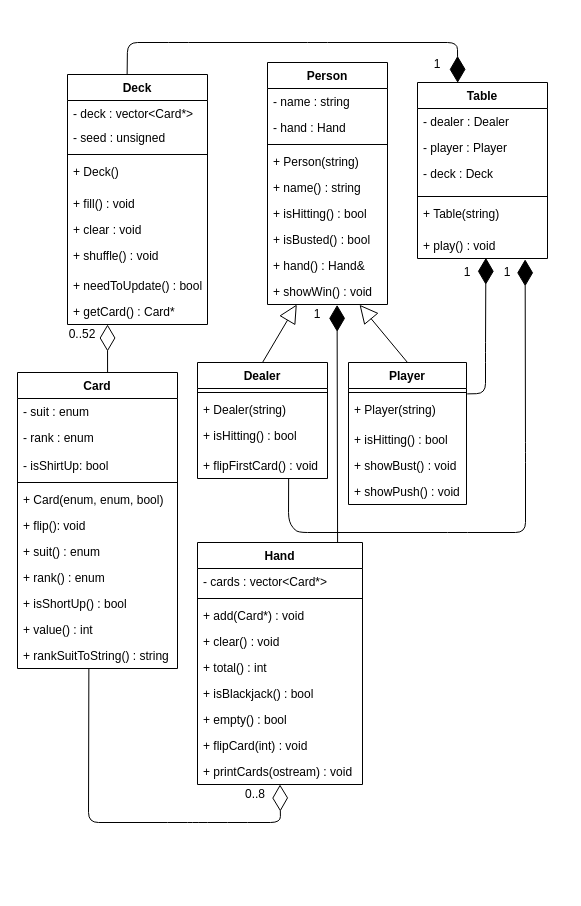
Above: docs/black_jack.drawio in oasiskharkov/Blackjack (draw.io), before the change. Source tidied: cells renumbered, new cells numbered last; positions are measured from the earlier drawing's top-left corner, leaving out a move shared by most shapes. Both pictures are drawn from the tidied source at 100%, with x=0, y=0 at pixel (17, 42).
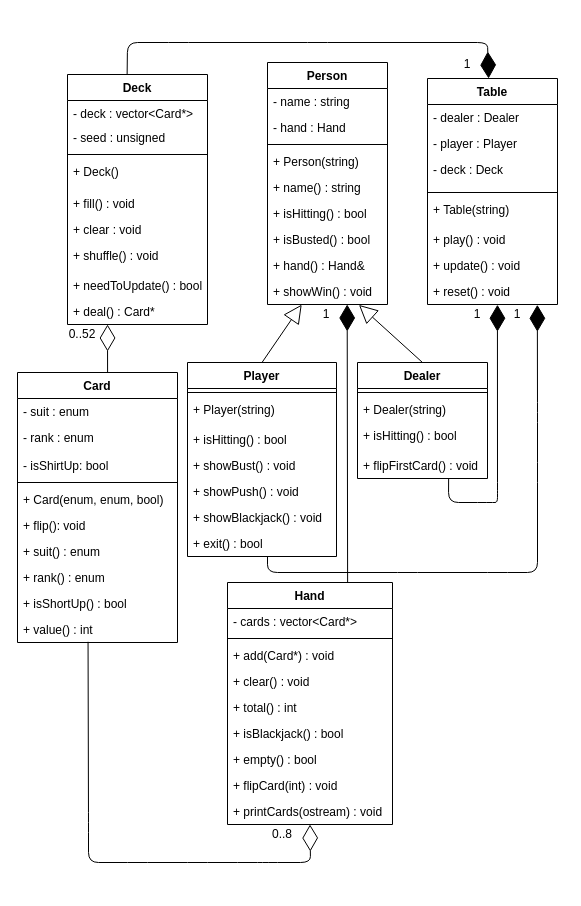
After the change.

The change refers to these unchanged cells:
```xml
<mxCell id="12" value="+ value() : int&#10;" style="text;strokeColor=none;fillColor=none;align=left;verticalAlign=top;spacingLeft=4;spacingRight=4;overflow=hidden;points=[[0,0.5],[1,0.5]];portConstraint=eastwest;" parent="2" vertex="1">
  <mxGeometry y="244" width="160" height="26" as="geometry" />
</mxCell>
<mxCell id="14" value="Deck" style="swimlane;fontStyle=1;align=center;verticalAlign=top;horizontal=1;startSize=26;comic=0;" parent="1" vertex="1">
  <mxGeometry x="50" y="32" width="140" height="250" as="geometry" />
</mxCell>
<mxCell id="33" value="+ showWin() : void" style="text;strokeColor=none;fillColor=none;align=left;verticalAlign=top;spacingLeft=4;spacingRight=4;overflow=hidden;points=[[0,0.5],[1,0.5]];portConstraint=eastwest;" parent="24" vertex="1">
  <mxGeometry y="216" width="120" height="26" as="geometry" />
</mxCell>
<mxCell id="38" value="+ flipFirstCard() : void" style="text;strokeColor=none;fillColor=none;align=left;verticalAlign=top;spacingLeft=4;spacingRight=4;overflow=hidden;points=[[0,0.5],[1,0.5]];portConstraint=eastwest;" parent="34" vertex="1">
  <mxGeometry y="90" width="130" height="26" as="geometry" />
</mxCell>
```

Change to the diagram source:
```diff
@@
     <mxCell id="2" value="Card" style="swimlane;fontStyle=1;align=center;verticalAlign=top;horizontal=1;startSize=26;" parent="1" vertex="1">
-      <mxGeometry y="330" width="160" height="296" as="geometry" />
+      <mxGeometry y="330" width="160" height="270" as="geometry" />
     </mxCell>
@@
-    <mxCell id="13" value="+ rankSuitToString() : string" style="text;strokeColor=none;fillColor=none;align=left;verticalAlign=top;spacingLeft=4;spacingRight=4;overflow=hidden;points=[[0,0.5],[1,0.5]];portConstraint=eastwest;" parent="2" vertex="1">
-      <mxGeometry y="270" width="160" height="26" as="geometry" />
-    </mxCell>
@@
-    <mxCell id="23" value="+ getCard() : Card*" style="text;strokeColor=none;fillColor=none;align=left;verticalAlign=top;spacingLeft=4;spacingRight=4;overflow=hidden;points=[[0,0.5],[1,0.5]];portConstraint=eastwest;" parent="14" vertex="1">
+    <mxCell id="23" value="+ deal() : Card*" style="text;strokeColor=none;fillColor=none;align=left;verticalAlign=top;spacingLeft=4;spacingRight=4;overflow=hidden;points=[[0,0.5],[1,0.5]];portConstraint=eastwest;" parent="14" vertex="1">
       <mxGeometry y="224" width="140" height="26" as="geometry" />
     </mxCell>
@@
     <mxCell id="34" value="Dealer" style="swimlane;fontStyle=1;align=center;verticalAlign=top;horizontal=1;startSize=26;comic=0;" parent="1" vertex="1">
-      <mxGeometry x="180" y="320" width="130" height="116" as="geometry" />
+      <mxGeometry x="340" y="320" width="130" height="116" as="geometry" />
     </mxCell>
@@
     <mxCell id="39" value="Player" style="swimlane;fontStyle=1;align=center;verticalAlign=top;horizontal=1;startSize=26;comic=0;" parent="1" vertex="1">
-      <mxGeometry x="331" y="320" width="118" height="142" as="geometry" />
+      <mxGeometry x="170" y="320" width="149" height="194" as="geometry" />
     </mxCell>
     <mxCell id="40" style="line;strokeWidth=1;fillColor=none;align=left;verticalAlign=middle;spacingTop=-1;spacingLeft=3;spacingRight=3;labelPosition=right;" parent="39" vertex="1">
-      <mxGeometry y="26" width="118" height="8" as="geometry" />
+      <mxGeometry y="26" width="149" height="8" as="geometry" />
     </mxCell>
     <mxCell id="41" value="+ Player(string)" style="text;strokeColor=none;fillColor=none;align=left;verticalAlign=top;spacingLeft=4;spacingRight=4;overflow=hidden;" parent="39" vertex="1">
-      <mxGeometry y="34" width="118" height="30" as="geometry" />
+      <mxGeometry y="34" width="149" height="30" as="geometry" />
     </mxCell>
     <mxCell id="42" value="+ isHitting() : bool" style="text;strokeColor=none;fillColor=none;align=left;verticalAlign=top;spacingLeft=4;spacingRight=4;overflow=hidden;comic=0;" parent="39" vertex="1">
-      <mxGeometry y="64" width="118" height="26" as="geometry" />
+      <mxGeometry y="64" width="149" height="26" as="geometry" />
     </mxCell>
     <mxCell id="43" value="+ showBust() : void" style="text;strokeColor=none;fillColor=none;align=left;verticalAlign=top;spacingLeft=4;spacingRight=4;overflow=hidden;" parent="39" vertex="1">
-      <mxGeometry y="90" width="118" height="26" as="geometry" />
+      <mxGeometry y="90" width="149" height="26" as="geometry" />
     </mxCell>
     <mxCell id="44" value="+ showPush() : void" style="text;strokeColor=none;fillColor=none;align=left;verticalAlign=top;spacingLeft=4;spacingRight=4;overflow=hidden;" parent="39" vertex="1">
-      <mxGeometry y="116" width="118" height="26" as="geometry" />
+      <mxGeometry y="116" width="149" height="26" as="geometry" />
     </mxCell>
+    <mxCell id="76" value="+ showBlackjack() : void" style="text;strokeColor=none;fillColor=none;align=left;verticalAlign=top;spacingLeft=4;spacingRight=4;overflow=hidden;" parent="39" vertex="1">
+      <mxGeometry y="142" width="149" height="26" as="geometry" />
+    </mxCell>
+    <mxCell id="77" value="+ exit() : bool" style="text;strokeColor=none;fillColor=none;align=left;verticalAlign=top;spacingLeft=4;spacingRight=4;overflow=hidden;points=[[0,0.5],[1,0.5]];portConstraint=eastwest;" parent="39" vertex="1">
+      <mxGeometry y="168" width="149" height="26" as="geometry" />
+    </mxCell>
-    <mxCell id="45" style="endArrow=block;endSize=16;endFill=0;html=1;exitX=0.5;exitY=0;exitDx=0;exitDy=0;entryX=0.244;entryY=1;entryDx=0;entryDy=0;entryPerimeter=0;" parent="1" edge="1" source="34" target="33">
+    <mxCell id="45" style="endArrow=block;endSize=16;endFill=0;html=1;exitX=0.5;exitY=0;exitDx=0;exitDy=0;entryX=0.762;entryY=1.015;entryDx=0;entryDy=0;entryPerimeter=0;" parent="1" edge="1" source="34" target="33">
       <mxGeometry relative="1" as="geometry" />
     </mxCell>
-    <mxCell id="46" style="endArrow=block;endSize=16;endFill=0;html=1;entryX=0.767;entryY=1.01;entryDx=0;entryDy=0;entryPerimeter=0;exitX=0.5;exitY=0;exitDx=0;exitDy=0;" parent="1" edge="1" source="39" target="33">
+    <mxCell id="46" style="endArrow=block;endSize=16;endFill=0;html=1;entryX=0.285;entryY=1.004;entryDx=0;entryDy=0;entryPerimeter=0;exitX=0.5;exitY=0;exitDx=0;exitDy=0;" parent="1" edge="1" source="39" target="33">
       <mxGeometry relative="1" as="geometry" />
     </mxCell>
     <mxCell id="47" value="Table" style="swimlane;fontStyle=1;align=center;verticalAlign=top;horizontal=1;startSize=26;comic=0;" parent="1" vertex="1">
-      <mxGeometry x="400" y="40" width="130" height="176" as="geometry" />
+      <mxGeometry x="410" y="36" width="130" height="226" as="geometry" />
     </mxCell>
@@
     <mxCell id="52" value="+ Table(string)" style="text;strokeColor=none;fillColor=none;align=left;verticalAlign=top;spacingLeft=4;spacingRight=4;overflow=hidden;" parent="47" vertex="1">
-      <mxGeometry y="118" width="130" height="32" as="geometry" />
+      <mxGeometry y="118" width="130" height="30" as="geometry" />
     </mxCell>
     <mxCell id="53" value="+ play() : void" style="text;strokeColor=none;fillColor=none;align=left;verticalAlign=top;spacingLeft=4;spacingRight=4;overflow=hidden;points=[[0,0.5],[1,0.5]];portConstraint=eastwest;comic=0;" parent="47" vertex="1">
-      <mxGeometry y="150" width="130" height="26" as="geometry" />
+      <mxGeometry y="148" width="130" height="26" as="geometry" />
     </mxCell>
+    <mxCell id="78" value="+ update() : void" style="text;strokeColor=none;fillColor=none;align=left;verticalAlign=top;spacingLeft=4;spacingRight=4;overflow=hidden;" parent="47" vertex="1">
+      <mxGeometry y="174" width="130" height="26" as="geometry" />
+    </mxCell>
+    <mxCell id="79" value="+ reset() : void" style="text;strokeColor=none;fillColor=none;align=left;verticalAlign=top;spacingLeft=4;spacingRight=4;overflow=hidden;points=[[0,0.5],[1,0.5]];portConstraint=eastwest;" parent="47" vertex="1">
+      <mxGeometry y="200" width="130" height="26" as="geometry" />
+    </mxCell>
-    <mxCell id="54" style="endArrow=diamondThin;endFill=1;endSize=24;html=1;entryX=0.309;entryY=0.002;entryDx=0;entryDy=0;entryPerimeter=0;exitX=0.426;exitY=0;exitDx=0;exitDy=0;exitPerimeter=0;" parent="1" edge="1" source="14" target="47">
+    <mxCell id="54" style="endArrow=diamondThin;endFill=1;endSize=24;html=1;entryX=0.47;entryY=0;entryDx=0;entryDy=0;entryPerimeter=0;exitX=0.426;exitY=0;exitDx=0;exitDy=0;exitPerimeter=0;" parent="1" edge="1" source="14" target="47">
       <mxGeometry relative="1" as="geometry">
         <Array as="points">
           <mxPoint x="110" />
           <mxPoint x="161" />
           <mxPoint x="300" />
-          <mxPoint x="440" />
+          <mxPoint x="470" />
         </Array>
       </mxGeometry>
     </mxCell>
     <mxCell id="55" value="1" style="text;html=1;strokeColor=none;fillColor=none;align=center;verticalAlign=middle;whiteSpace=wrap;rounded=0;comic=0;" parent="1" vertex="1">
-      <mxGeometry x="410" y="12" width="20" height="20" as="geometry" />
+      <mxGeometry x="440" y="12" width="20" height="20" as="geometry" />
     </mxCell>
-    <mxCell id="56" style="endArrow=diamondThin;endFill=1;endSize=24;html=1;exitX=1.006;exitY=0.221;exitDx=0;exitDy=0;exitPerimeter=0;entryX=0.526;entryY=0.974;entryDx=0;entryDy=0;entryPerimeter=0;" parent="1" edge="1" source="39" target="53">
+    <mxCell id="56" style="endArrow=diamondThin;endFill=1;endSize=24;html=1;exitX=0.537;exitY=1.019;exitDx=0;exitDy=0;exitPerimeter=0;entryX=0.845;entryY=1.013;entryDx=0;entryDy=0;entryPerimeter=0;" parent="1" edge="1" source="77" target="79">
       <mxGeometry relative="1" as="geometry">
         <Array as="points">
-          <mxPoint x="468" y="351" />
-          <mxPoint x="468" y="310" />
+          <mxPoint x="250" y="530" />
+          <mxPoint x="390" y="530" />
+          <mxPoint x="480" y="530" />
+          <mxPoint x="520" y="530" />
+          <mxPoint x="520" y="430" />
+          <mxPoint x="520" y="370" />
         </Array>
       </mxGeometry>
     </mxCell>
     <mxCell id="57" value="1" style="text;html=1;strokeColor=none;fillColor=none;align=center;verticalAlign=middle;whiteSpace=wrap;rounded=0;comic=0;" parent="1" vertex="1">
-      <mxGeometry x="440" y="220" width="20" height="20" as="geometry" />
+      <mxGeometry x="450" y="262" width="20" height="20" as="geometry" />
     </mxCell>
     <mxCell id="58" value="1" style="text;html=1;strokeColor=none;fillColor=none;align=center;verticalAlign=middle;whiteSpace=wrap;rounded=0;comic=0;" parent="1" vertex="1">
-      <mxGeometry x="480" y="220" width="20" height="20" as="geometry" />
+      <mxGeometry x="490" y="262" width="20" height="20" as="geometry" />
     </mxCell>
@@
     <mxCell id="60" value="Hand&#10;" style="swimlane;fontStyle=1;align=center;verticalAlign=top;horizontal=1;startSize=26;" parent="1" vertex="1">
-      <mxGeometry x="180" y="500" width="165" height="242" as="geometry" />
+      <mxGeometry x="210" y="540" width="165" height="242" as="geometry" />
     </mxCell>
@@
-    <mxCell id="70" style="endArrow=diamondThin;endFill=0;endSize=24;html=1;exitX=0.446;exitY=1;exitDx=0;exitDy=0;exitPerimeter=0;entryX=0.5;entryY=1;entryDx=0;entryDy=0;" parent="1" edge="1" source="13" target="60">
+    <mxCell id="70" style="endArrow=diamondThin;endFill=0;endSize=24;html=1;exitX=0.441;exitY=0.974;exitDx=0;exitDy=0;exitPerimeter=0;entryX=0.5;entryY=1;entryDx=0;entryDy=0;" parent="1" edge="1" source="12" target="60">
       <mxGeometry relative="1" as="geometry">
         <Array as="points">
           <mxPoint x="71" y="780" />
-          <mxPoint x="160" y="780" />
-          <mxPoint x="180" y="780" />
-          <mxPoint x="220" y="780" />
-          <mxPoint x="263" y="780" />
+          <mxPoint x="71" y="820" />
+          <mxPoint x="120" y="820" />
+          <mxPoint x="180" y="820" />
+          <mxPoint x="230" y="820" />
+          <mxPoint x="250" y="820" />
+          <mxPoint x="293" y="820" />
         </Array>
       </mxGeometry>
     </mxCell>
     <mxCell id="71" value="0..8" style="text;html=1;strokeColor=none;fillColor=none;align=center;verticalAlign=middle;whiteSpace=wrap;rounded=0;comic=0;" parent="1" vertex="1">
-      <mxGeometry x="222.5" y="742" width="30" height="20" as="geometry" />
+      <mxGeometry x="250" y="782" width="30" height="20" as="geometry" />
     </mxCell>
+    <mxCell id="73" value="1" style="text;html=1;strokeColor=none;fillColor=none;align=center;verticalAlign=middle;whiteSpace=wrap;rounded=0;comic=0;" parent="1" vertex="1">
+      <mxGeometry x="299" y="262" width="20" height="20" as="geometry" />
+    </mxCell>
+    <mxCell id="75" style="endArrow=diamondThin;endFill=0;endSize=24;html=1;entryX=0.286;entryY=1;entryDx=0;entryDy=0;entryPerimeter=0;exitX=0.563;exitY=0.001;exitDx=0;exitDy=0;exitPerimeter=0;" parent="1" edge="1" source="2" target="23">
+      <mxGeometry relative="1" as="geometry" />
+    </mxCell>
+    <mxCell id="80" style="endArrow=diamondThin;endFill=1;endSize=24;html=1;exitX=0.701;exitY=0.989;exitDx=0;exitDy=0;exitPerimeter=0;entryX=0.538;entryY=1.009;entryDx=0;entryDy=0;entryPerimeter=0;" parent="1" edge="1" source="38" target="79">
+      <mxGeometry relative="1" as="geometry">
+        <Array as="points">
+          <mxPoint x="431" y="460" />
+          <mxPoint x="470" y="460" />
+          <mxPoint x="480" y="460" />
+          <mxPoint x="480" y="450" />
+        </Array>
+      </mxGeometry>
+    </mxCell>
-    <mxCell id="72" style="endArrow=diamondThin;endFill=1;endSize=24;html=1;entryX=0.58;entryY=1.015;entryDx=0;entryDy=0;entryPerimeter=0;exitX=0.849;exitY=0.001;exitDx=0;exitDy=0;exitPerimeter=0;" parent="1" edge="1" source="60" target="33">
+    <mxCell id="72" style="endArrow=diamondThin;endFill=1;endSize=24;html=1;entryX=0.664;entryY=0.999;entryDx=0;entryDy=0;entryPerimeter=0;exitX=0.728;exitY=0;exitDx=0;exitDy=0;exitPerimeter=0;" parent="1" edge="1" source="60" target="33">
       <mxGeometry relative="1" as="geometry" />
     </mxCell>
-    <mxCell id="73" value="1" style="text;html=1;strokeColor=none;fillColor=none;align=center;verticalAlign=middle;whiteSpace=wrap;rounded=0;comic=0;" parent="1" vertex="1">
-      <mxGeometry x="290" y="262" width="20" height="20" as="geometry" />
-    </mxCell>
-    <mxCell id="74" style="endArrow=diamondThin;endFill=1;endSize=24;html=1;entryX=0.828;entryY=1.033;entryDx=0;entryDy=0;entryPerimeter=0;exitX=0.701;exitY=0.989;exitDx=0;exitDy=0;exitPerimeter=0;" parent="1" edge="1" source="38" target="53">
-      <mxGeometry relative="1" as="geometry">
-        <Array as="points">
-          <mxPoint x="271" y="480" />
-          <mxPoint x="280" y="490" />
-          <mxPoint x="440" y="490" />
-          <mxPoint x="508" y="490" />
-          <mxPoint x="508" y="410" />
-        </Array>
-      </mxGeometry>
-    </mxCell>
-    <mxCell id="75" style="endArrow=diamondThin;endFill=0;endSize=24;html=1;entryX=0.286;entryY=1;entryDx=0;entryDy=0;entryPerimeter=0;exitX=0.563;exitY=0.001;exitDx=0;exitDy=0;exitPerimeter=0;" parent="1" edge="1" source="2" target="23">
-      <mxGeometry relative="1" as="geometry" />
-    </mxCell>
```
